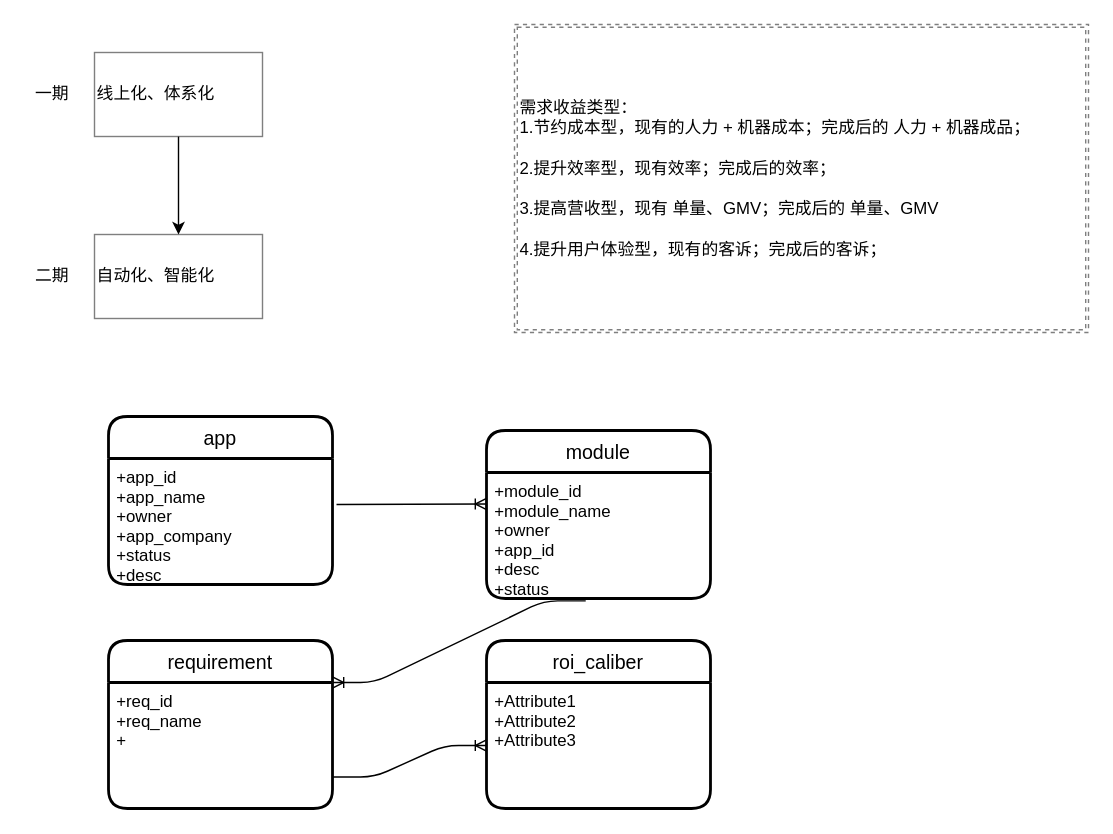
This is page "其他" (8 of 8) of 需求ROI评估.drawio from lihongliang1989/diagram, a draw.io file, before an edit. Source tidied: cells renumbered, new cells numbered last; positions are measured from the earlier drawing's top-left corner, leaving out a move shared by most shapes. Both pictures are drawn from the tidied source at 140%, with x=0, y=0 at pixel (24, 24).
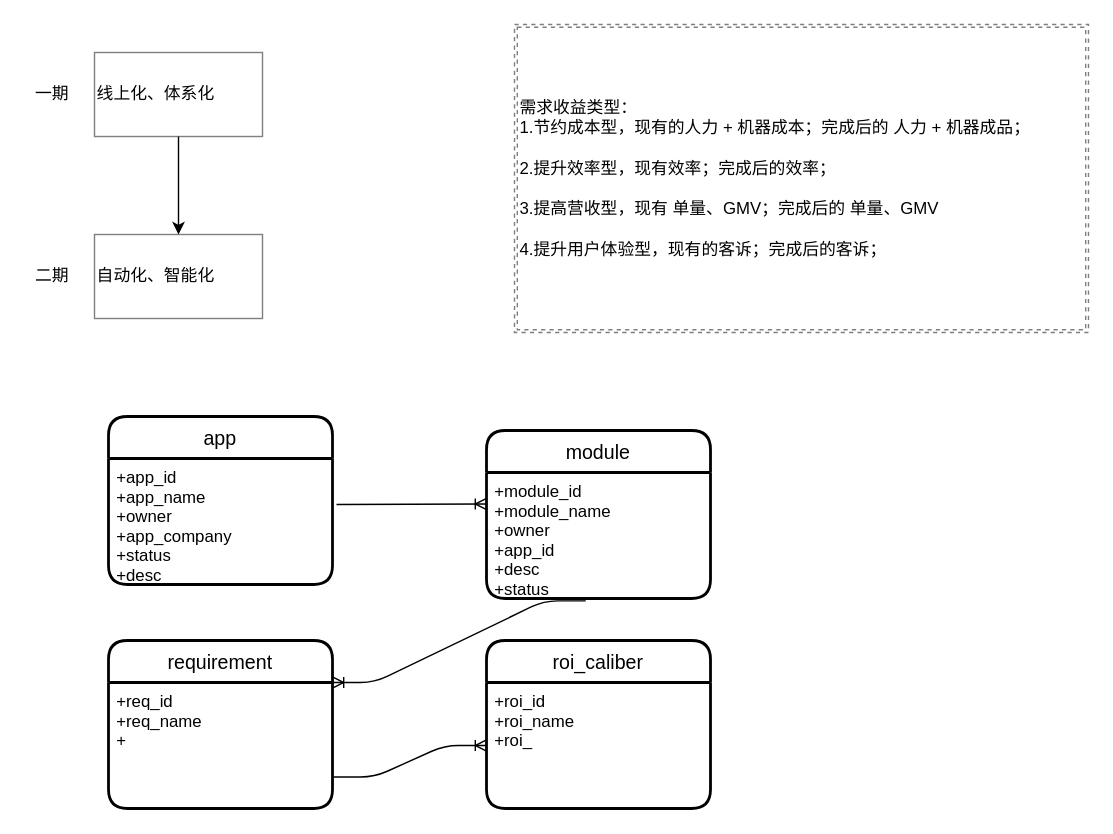
The same page after the edit.

Change to the diagram source:
```diff
@@
 <mxGraphModel>
   <root>
     <mxCell id="0" />
     <mxCell id="1" parent="0" />
     <mxCell id="2" value="需求收益类型：&lt;br&gt;1.节约成本型，现有的人力 + 机器成本；完成后的 人力 + 机器成品；&lt;br&gt;&lt;br&gt;2.提升效率型，现有效率；完成后的效率；&lt;br&gt;&lt;br&gt;3.提高营收型，现有 单量、GMV；完成后的 单量、GMV&lt;br&gt;&lt;br&gt;4.提升用户体验型，现有的客诉；完成后的客诉；" style="shape=ext;double=1;rounded=0;whiteSpace=wrap;html=1;shadow=0;glass=0;dashed=1;sketch=0;fontColor=#000000;strokeColor=#000000;fillColor=#FFFFFF;align=left;opacity=50;" parent="1" vertex="1">
       <mxGeometry x="350" width="410" height="220" as="geometry" />
     </mxCell>
     <mxCell id="3" style="edgeStyle=orthogonalEdgeStyle;rounded=0;jettySize=auto;html=1;fontColor=#000000;" parent="1" edge="1" source="4" target="5">
       <mxGeometry relative="1" as="geometry" />
     </mxCell>
     <mxCell id="4" value="线上化、体系化" style="rounded=0;whiteSpace=wrap;html=1;shadow=0;glass=0;sketch=0;fontColor=#000000;strokeColor=#000000;fillColor=#FFFFFF;align=left;opacity=50;" parent="1" vertex="1">
       <mxGeometry x="50" y="20" width="120" height="60" as="geometry" />
     </mxCell>
     <mxCell id="5" value="自动化、智能化" style="rounded=0;whiteSpace=wrap;html=1;shadow=0;glass=0;sketch=0;fontColor=#000000;strokeColor=#000000;fillColor=#FFFFFF;align=left;opacity=50;" parent="1" vertex="1">
       <mxGeometry x="50" y="150" width="120" height="60" as="geometry" />
     </mxCell>
     <mxCell id="6" value="一期" style="text;html=1;strokeColor=none;fillColor=none;align=center;verticalAlign=middle;whiteSpace=wrap;rounded=0;shadow=0;glass=0;dashed=1;sketch=0;fontColor=#000000;opacity=50;" parent="1" vertex="1">
       <mxGeometry y="40" width="40" height="20" as="geometry" />
     </mxCell>
     <mxCell id="7" value="二期" style="text;html=1;strokeColor=none;fillColor=none;align=center;verticalAlign=middle;whiteSpace=wrap;rounded=0;shadow=0;glass=0;dashed=1;sketch=0;fontColor=#000000;opacity=50;" parent="1" vertex="1">
       <mxGeometry y="170" width="40" height="20" as="geometry" />
     </mxCell>
     <mxCell id="8" value="app" style="swimlane;horizontal=1;startSize=30;rounded=1;fontSize=14;fontStyle=0;strokeWidth=2;shadow=0;dashed=0;align=center;" parent="1" vertex="1">
       <mxGeometry x="60" y="280" width="160" height="120" as="geometry" />
     </mxCell>
     <mxCell id="9" value="+app_id&#10;+app_name&#10;+owner&#10;+app_company&#10;+status&#10;+desc" style="align=left;strokeColor=none;fillColor=none;spacingLeft=4;fontSize=12;verticalAlign=top;" parent="8" vertex="1">
       <mxGeometry y="30" width="160" height="90" as="geometry" />
     </mxCell>
     <mxCell id="10" value="module" style="swimlane;horizontal=1;startSize=30;rounded=1;fontSize=14;fontStyle=0;strokeWidth=2;shadow=0;dashed=0;align=center;" parent="1" vertex="1">
       <mxGeometry x="330" y="290" width="160" height="120" as="geometry" />
     </mxCell>
     <mxCell id="11" value="+module_id&#10;+module_name&#10;+owner&#10;+app_id&#10;+desc&#10;+status" style="align=left;strokeColor=none;fillColor=none;spacingLeft=4;fontSize=12;verticalAlign=top;" parent="10" vertex="1">
       <mxGeometry y="30" width="160" height="90" as="geometry" />
     </mxCell>
     <mxCell id="12" style="edgeStyle=entityRelationEdgeStyle;fontSize=12;html=1;endArrow=ERoneToMany;exitX=1.018;exitY=0.365;exitDx=0;exitDy=0;entryX=0;entryY=0.25;entryDx=0;entryDy=0;rounded=1;endSize=6;startSize=6;targetPerimeterSpacing=0;jumpStyle=gap;exitPerimeter=0;" parent="1" edge="1" source="9" target="11">
       <mxGeometry relative="1" as="geometry" />
     </mxCell>
     <mxCell id="13" value="requirement" style="swimlane;horizontal=1;startSize=30;rounded=1;fontSize=14;fontStyle=0;strokeWidth=2;shadow=0;dashed=0;align=center;" parent="1" vertex="1">
       <mxGeometry x="60" y="440" width="160" height="120" as="geometry" />
     </mxCell>
     <mxCell id="14" value="+req_id&#10;+req_name&#10;+" style="align=left;strokeColor=none;fillColor=none;spacingLeft=4;fontSize=12;verticalAlign=top;" parent="13" vertex="1">
       <mxGeometry y="30" width="160" height="90" as="geometry" />
     </mxCell>
     <mxCell id="15" value="roi_caliber" style="swimlane;horizontal=1;startSize=30;rounded=1;fontSize=14;fontStyle=0;strokeWidth=2;shadow=0;dashed=0;align=center;" parent="1" vertex="1">
       <mxGeometry x="330" y="440" width="160" height="120" as="geometry" />
     </mxCell>
-    <mxCell id="16" value="+Attribute1&#10;+Attribute2&#10;+Attribute3" style="align=left;strokeColor=none;fillColor=none;spacingLeft=4;fontSize=12;verticalAlign=top;" parent="15" vertex="1">
+    <mxCell id="16" value="+roi_id&#10;+roi_name&#10;+roi_" style="align=left;strokeColor=none;fillColor=none;spacingLeft=4;fontSize=12;verticalAlign=top;" parent="15" vertex="1">
       <mxGeometry y="30" width="160" height="90" as="geometry" />
     </mxCell>
     <mxCell id="17" style="edgeStyle=entityRelationEdgeStyle;fontSize=12;html=1;endArrow=ERoneToMany;startSize=6;endSize=6;targetPerimeterSpacing=0;entryX=0;entryY=0.5;entryDx=0;entryDy=0;exitX=1;exitY=0.75;exitDx=0;exitDy=0;" parent="1" edge="1" source="14" target="16">
       <mxGeometry relative="1" as="geometry" />
     </mxCell>
     <mxCell id="18" style="edgeStyle=entityRelationEdgeStyle;fontSize=12;html=1;endArrow=ERoneToMany;startSize=6;endSize=6;targetPerimeterSpacing=0;exitX=0.443;exitY=1.019;exitDx=0;exitDy=0;exitPerimeter=0;entryX=1;entryY=0;entryDx=0;entryDy=0;" parent="1" edge="1" source="11" target="14">
       <mxGeometry relative="1" as="geometry" />
     </mxCell>
   </root>
 </mxGraphModel>
```
